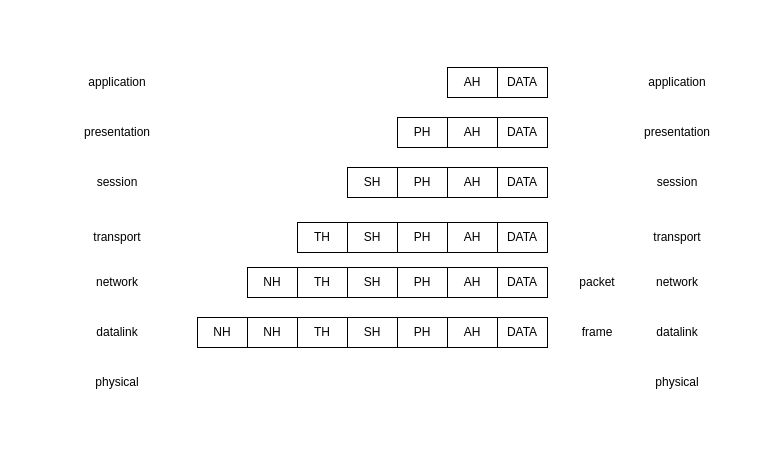
This is Untitled Diagram.drawio from rolandwalker2505/drawing, a draw.io file, before an edit. Source tidied: cells renumbered, new cells numbered last; positions are measured from the earlier drawing's top-left corner, leaving out a move shared by most shapes. Both pictures are drawn from the tidied source at 100%, with x=0, y=0 at pixel (87, 67).
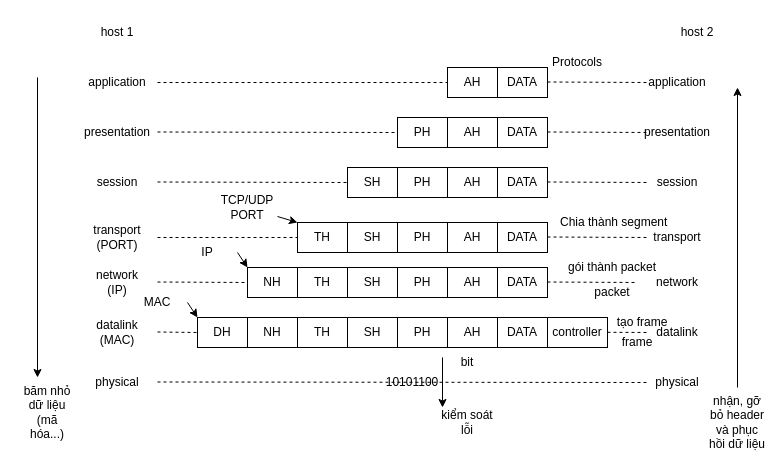
After the change.

The change refers to these unchanged cells:
```xml
<mxCell id="3" value="presentation" style="text;html=1;align=center;verticalAlign=middle;whiteSpace=wrap;rounded=0;" parent="1" vertex="1">
  <mxGeometry x="560" y="50" width="60" height="30" as="geometry" />
</mxCell>
<mxCell id="4" value="session" style="text;html=1;align=center;verticalAlign=middle;whiteSpace=wrap;rounded=0;" parent="1" vertex="1">
  <mxGeometry x="560" y="100" width="60" height="30" as="geometry" />
</mxCell>
<mxCell id="7" value="datalink" style="text;html=1;align=center;verticalAlign=middle;whiteSpace=wrap;rounded=0;" parent="1" vertex="1">
  <mxGeometry x="560" y="250" width="60" height="30" as="geometry" />
</mxCell>
<mxCell id="8" value="physical" style="text;html=1;align=center;verticalAlign=middle;whiteSpace=wrap;rounded=0;" parent="1" vertex="1">
  <mxGeometry x="560" y="300" width="60" height="30" as="geometry" />
</mxCell>
<mxCell id="16" value="AH" style="rounded=0;whiteSpace=wrap;html=1;" parent="1" vertex="1">
  <mxGeometry x="360" width="50" height="30" as="geometry" />
</mxCell>
<mxCell id="35" value="TH" style="rounded=0;whiteSpace=wrap;html=1;" parent="1" vertex="1">
  <mxGeometry x="210" y="155" width="50" height="30" as="geometry" />
</mxCell>
```

The edit, as a diff of the source:
```diff
@@
-    <mxCell id="12" value="transport" style="text;html=1;align=center;verticalAlign=middle;whiteSpace=wrap;rounded=0;" parent="1" vertex="1">
+    <mxCell id="12" value="transport (PORT)" style="text;html=1;align=center;verticalAlign=middle;whiteSpace=wrap;rounded=0;" parent="1" vertex="1">
       <mxGeometry y="155" width="60" height="30" as="geometry" />
     </mxCell>
-    <mxCell id="13" value="network" style="text;html=1;align=center;verticalAlign=middle;whiteSpace=wrap;rounded=0;" parent="1" vertex="1">
+    <mxCell id="13" value="network (IP)" style="text;html=1;align=center;verticalAlign=middle;whiteSpace=wrap;rounded=0;" parent="1" vertex="1">
       <mxGeometry y="200" width="60" height="30" as="geometry" />
     </mxCell>
-    <mxCell id="14" value="datalink" style="text;html=1;align=center;verticalAlign=middle;whiteSpace=wrap;rounded=0;" parent="1" vertex="1">
+    <mxCell id="14" value="datalink (MAC)" style="text;html=1;align=center;verticalAlign=middle;whiteSpace=wrap;rounded=0;" parent="1" vertex="1">
       <mxGeometry y="250" width="60" height="30" as="geometry" />
     </mxCell>
@@
-    <mxCell id="42" value="NH" style="rounded=0;whiteSpace=wrap;html=1;" parent="1" vertex="1">
+    <mxCell id="42" value="DH" style="rounded=0;whiteSpace=wrap;html=1;" parent="1" vertex="1">
       <mxGeometry x="110" y="250" width="50" height="30" as="geometry" />
     </mxCell>
     <mxCell id="43" value="packet" style="text;html=1;align=center;verticalAlign=middle;whiteSpace=wrap;rounded=0;" parent="1" vertex="1">
-      <mxGeometry x="480" y="200" width="60" height="30" as="geometry" />
+      <mxGeometry x="495" y="210" width="60" height="30" as="geometry" />
     </mxCell>
     <mxCell id="44" value="frame" style="text;html=1;align=center;verticalAlign=middle;whiteSpace=wrap;rounded=0;" parent="1" vertex="1">
-      <mxGeometry x="480" y="250" width="60" height="30" as="geometry" />
+      <mxGeometry x="520" y="260" width="60" height="30" as="geometry" />
     </mxCell>
+    <mxCell id="45" style="endArrow=none;dashed=1;html=1;rounded=0;entryX=0;entryY=0.5;entryDx=0;entryDy=0;" parent="1" edge="1" target="16">
+      <mxGeometry relative="1" as="geometry">
+        <mxPoint x="70" y="15" as="sourcePoint" />
+      </mxGeometry>
+    </mxCell>
+    <mxCell id="46" style="endArrow=none;dashed=1;html=1;rounded=0;" parent="1" edge="1">
+      <mxGeometry relative="1" as="geometry">
+        <mxPoint x="460" y="14.5" as="sourcePoint" />
+        <mxPoint x="560" y="15" as="targetPoint" />
+      </mxGeometry>
+    </mxCell>
+    <mxCell id="47" style="endArrow=none;dashed=1;html=1;rounded=0;" parent="1" edge="1">
+      <mxGeometry relative="1" as="geometry">
+        <mxPoint x="70" y="64.5" as="sourcePoint" />
+        <mxPoint x="310" y="65" as="targetPoint" />
+      </mxGeometry>
+    </mxCell>
+    <mxCell id="48" style="endArrow=none;dashed=1;html=1;rounded=0;entryX=0;entryY=0.5;entryDx=0;entryDy=0;" parent="1" edge="1" target="3">
+      <mxGeometry relative="1" as="geometry">
+        <mxPoint x="460" y="64.5" as="sourcePoint" />
+      </mxGeometry>
+    </mxCell>
+    <mxCell id="49" style="endArrow=none;dashed=1;html=1;rounded=0;" parent="1" edge="1">
+      <mxGeometry relative="1" as="geometry">
+        <mxPoint x="70" y="114.5" as="sourcePoint" />
+        <mxPoint x="260" y="115" as="targetPoint" />
+      </mxGeometry>
+    </mxCell>
+    <mxCell id="50" style="endArrow=none;dashed=1;html=1;rounded=0;entryX=0;entryY=0.5;entryDx=0;entryDy=0;" parent="1" edge="1" target="4">
+      <mxGeometry relative="1" as="geometry">
+        <mxPoint x="460" y="114.5" as="sourcePoint" />
+      </mxGeometry>
+    </mxCell>
+    <mxCell id="51" style="endArrow=none;dashed=1;html=1;rounded=0;entryX=0;entryY=0.5;entryDx=0;entryDy=0;" parent="1" edge="1" target="35">
+      <mxGeometry relative="1" as="geometry">
+        <mxPoint x="70" y="170" as="sourcePoint" />
+      </mxGeometry>
+    </mxCell>
+    <mxCell id="52" style="endArrow=none;dashed=1;html=1;rounded=0;" parent="1" edge="1">
+      <mxGeometry relative="1" as="geometry">
+        <mxPoint x="460" y="169.5" as="sourcePoint" />
+        <mxPoint x="560" y="170" as="targetPoint" />
+      </mxGeometry>
+    </mxCell>
+    <mxCell id="53" style="endArrow=none;dashed=1;html=1;rounded=0;" parent="1" edge="1">
+      <mxGeometry relative="1" as="geometry">
+        <mxPoint x="70" y="214.5" as="sourcePoint" />
+        <mxPoint x="160" y="215" as="targetPoint" />
+      </mxGeometry>
+    </mxCell>
+    <mxCell id="54" style="endArrow=none;dashed=1;html=1;rounded=0;" parent="1" edge="1">
+      <mxGeometry relative="1" as="geometry">
+        <mxPoint x="460" y="214.5" as="sourcePoint" />
+        <mxPoint x="550" y="215" as="targetPoint" />
+      </mxGeometry>
+    </mxCell>
+    <mxCell id="55" value="&amp;nbsp;Chia thành segment" style="text;html=1;align=center;verticalAlign=middle;whiteSpace=wrap;rounded=0;" parent="1" vertex="1">
+      <mxGeometry x="450" y="140" width="150" height="30" as="geometry" />
+    </mxCell>
+    <mxCell id="56" value="tạo frame" style="text;html=1;align=center;verticalAlign=middle;whiteSpace=wrap;rounded=0;" parent="1" vertex="1">
+      <mxGeometry x="480" y="240" width="150" height="30" as="geometry" />
+    </mxCell>
+    <mxCell id="57" value="10101100" style="text;html=1;align=center;verticalAlign=middle;whiteSpace=wrap;rounded=0;" parent="1" vertex="1">
+      <mxGeometry x="295" y="300" width="60" height="30" as="geometry" />
+    </mxCell>
+    <mxCell id="58" style="endArrow=none;dashed=1;html=1;rounded=0;entryX=0;entryY=0.5;entryDx=0;entryDy=0;" parent="1" edge="1" target="8">
+      <mxGeometry relative="1" as="geometry">
+        <mxPoint x="70" y="314.5" as="sourcePoint" />
+      </mxGeometry>
+    </mxCell>
+    <mxCell id="59" style="endArrow=none;dashed=1;html=1;rounded=0;" parent="1" edge="1">
+      <mxGeometry relative="1" as="geometry">
+        <mxPoint x="70" y="264.5" as="sourcePoint" />
+        <mxPoint x="110" y="265" as="targetPoint" />
+      </mxGeometry>
+    </mxCell>
+    <mxCell id="60" style="endArrow=none;dashed=1;html=1;rounded=0;entryX=0;entryY=0.5;entryDx=0;entryDy=0;" parent="1" edge="1" target="7">
+      <mxGeometry relative="1" as="geometry">
+        <mxPoint x="460" y="264.5" as="sourcePoint" />
+      </mxGeometry>
+    </mxCell>
+    <mxCell id="61" style="endArrow=classic;html=1;rounded=0;" parent="1" edge="1">
+      <mxGeometry relative="1" as="geometry">
+        <mxPoint x="650" y="320" as="sourcePoint" />
+        <mxPoint x="650" y="20" as="targetPoint" />
+      </mxGeometry>
+    </mxCell>
+    <mxCell id="62" value="băm nhỏ dữ liệu&lt;div&gt;(mã hóa...)&lt;/div&gt;" style="text;html=1;align=center;verticalAlign=middle;whiteSpace=wrap;rounded=0;" parent="1" vertex="1">
+      <mxGeometry x="-70" y="330" width="60" height="30" as="geometry" />
+    </mxCell>
+    <mxCell id="63" value="kiểm soát lỗi" style="text;html=1;align=center;verticalAlign=middle;whiteSpace=wrap;rounded=0;" parent="1" vertex="1">
+      <mxGeometry x="350" y="340" width="60" height="30" as="geometry" />
+    </mxCell>
+    <mxCell id="64" value="bit" style="text;html=1;align=center;verticalAlign=middle;whiteSpace=wrap;rounded=0;" parent="1" vertex="1">
+      <mxGeometry x="350" y="280" width="60" height="30" as="geometry" />
+    </mxCell>
+    <mxCell id="65" value="controller" style="rounded=0;whiteSpace=wrap;html=1;" parent="1" vertex="1">
+      <mxGeometry x="460" y="250" width="60" height="30" as="geometry" />
+    </mxCell>
+    <mxCell id="66" style="endArrow=classic;html=1;rounded=0;" parent="1" edge="1">
+      <mxGeometry relative="1" as="geometry">
+        <mxPoint x="-50" y="10" as="sourcePoint" />
+        <mxPoint x="-50" y="310" as="targetPoint" />
+      </mxGeometry>
+    </mxCell>
+    <mxCell id="67" style="endArrow=classic;html=1;rounded=0;" parent="1" edge="1">
+      <mxGeometry relative="1" as="geometry">
+        <mxPoint x="355" y="290" as="sourcePoint" />
+        <mxPoint x="355" y="340" as="targetPoint" />
+      </mxGeometry>
+    </mxCell>
+    <mxCell id="68" value="nhận, gỡ bỏ header và phục hồi dữ liệu" style="text;html=1;align=center;verticalAlign=middle;whiteSpace=wrap;rounded=0;" parent="1" vertex="1">
+      <mxGeometry x="620" y="340" width="60" height="30" as="geometry" />
+    </mxCell>
+    <mxCell id="69" value="gói thành packet" style="text;html=1;align=center;verticalAlign=middle;whiteSpace=wrap;rounded=0;" parent="1" vertex="1">
+      <mxGeometry x="450" y="185" width="150" height="30" as="geometry" />
+    </mxCell>
+    <mxCell id="70" value="host 1" style="text;html=1;align=center;verticalAlign=middle;whiteSpace=wrap;rounded=0;" parent="1" vertex="1">
+      <mxGeometry y="-50" width="60" height="30" as="geometry" />
+    </mxCell>
+    <mxCell id="71" value="host 2" style="text;html=1;align=center;verticalAlign=middle;whiteSpace=wrap;rounded=0;" parent="1" vertex="1">
+      <mxGeometry x="580" y="-50" width="60" height="30" as="geometry" />
+    </mxCell>
+    <mxCell id="72" value="TCP/UDP PORT" style="text;html=1;align=center;verticalAlign=middle;whiteSpace=wrap;rounded=0;" parent="1" vertex="1">
+      <mxGeometry x="130" y="125" width="60" height="30" as="geometry" />
+    </mxCell>
+    <mxCell id="73" value="IP" style="text;html=1;align=center;verticalAlign=middle;whiteSpace=wrap;rounded=0;" parent="1" vertex="1">
+      <mxGeometry x="90" y="170" width="60" height="30" as="geometry" />
+    </mxCell>
+    <mxCell id="74" value="MAC" style="text;html=1;align=center;verticalAlign=middle;whiteSpace=wrap;rounded=0;" parent="1" vertex="1">
+      <mxGeometry x="40" y="220" width="60" height="30" as="geometry" />
+    </mxCell>
+    <mxCell id="75" style="endArrow=classic;html=1;rounded=0;entryX=0;entryY=0;entryDx=0;entryDy=0;" parent="1" edge="1" source="72" target="35">
+      <mxGeometry relative="1" as="geometry" />
+    </mxCell>
+    <mxCell id="76" style="endArrow=classic;html=1;rounded=0;exitX=1;exitY=0.5;exitDx=0;exitDy=0;" parent="1" edge="1" source="73">
+      <mxGeometry relative="1" as="geometry">
+        <mxPoint x="160" y="200" as="targetPoint" />
+      </mxGeometry>
+    </mxCell>
+    <mxCell id="77" style="endArrow=classic;html=1;rounded=0;exitX=1;exitY=0.5;exitDx=0;exitDy=0;entryX=0;entryY=0;entryDx=0;entryDy=0;" parent="1" edge="1" source="74" target="42">
+      <mxGeometry relative="1" as="geometry" />
+    </mxCell>
+    <mxCell id="78" value="Protocols" style="text;html=1;align=center;verticalAlign=middle;whiteSpace=wrap;rounded=0;" parent="1" vertex="1">
+      <mxGeometry x="460" y="-20" width="60" height="30" as="geometry" />
+    </mxCell>
```
